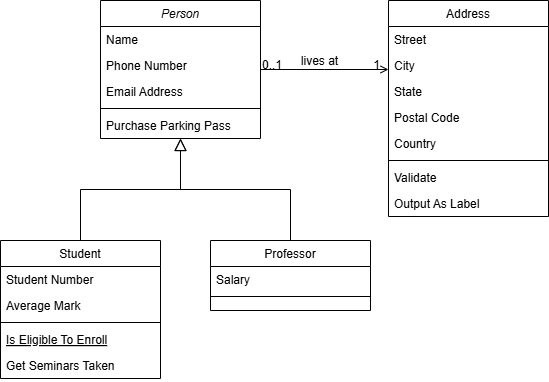
This is assets/css/Untitled Diagram.drawio.png from kjhhukhkh/apartment-management1, a draw.io export, as it was before one commit. Source tidied: cells renumbered, new cells last; positions are measured from the earlier drawing's top-left corner, leaving out a move shared by most shapes.
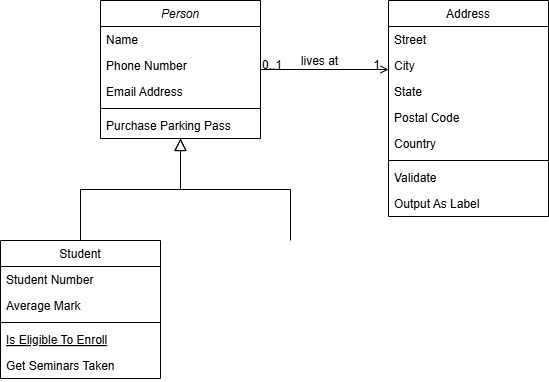
After the commit.

Change to the diagram source:
```diff
@@ -41,17 +41,10 @@
     <mxCell id="14" style="endArrow=block;endSize=10;endFill=0;shadow=0;strokeWidth=1;rounded=0;curved=0;edgeStyle=elbowEdgeStyle;elbow=vertical;" parent="1" edge="1" source="8" target="2">
       <mxGeometry relative="1" as="geometry" />
     </mxCell>
-    <mxCell id="15" value="Professor" style="swimlane;fontStyle=0;align=center;verticalAlign=top;horizontal=1;startSize=26;rounded=0;shadow=0;strokeWidth=1;" parent="1" vertex="1">
-      <mxGeometry x="210" y="240" width="160" height="70" as="geometry" />
-    </mxCell>
-    <mxCell id="16" value="Salary" style="text;align=left;verticalAlign=top;spacingLeft=4;spacingRight=4;overflow=hidden;" parent="15" vertex="1">
-      <mxGeometry y="26" width="160" height="26" as="geometry" />
-    </mxCell>
-    <mxCell id="17" style="line;html=1;strokeWidth=1;align=left;verticalAlign=middle;spacingTop=-1;spacingLeft=3;spacingRight=3;labelPosition=right;" parent="15" vertex="1">
-      <mxGeometry y="52" width="160" height="8" as="geometry" />
-    </mxCell>
-    <mxCell id="18" style="endArrow=block;endSize=10;endFill=0;shadow=0;strokeWidth=1;rounded=0;curved=0;edgeStyle=elbowEdgeStyle;elbow=vertical;" parent="1" edge="1" source="15" target="2">
-      <mxGeometry relative="1" as="geometry" />
+    <mxCell id="18" style="endArrow=block;endSize=10;endFill=0;shadow=0;strokeWidth=1;rounded=0;curved=0;edgeStyle=elbowEdgeStyle;elbow=vertical;" parent="1" edge="1" target="2">
+      <mxGeometry relative="1" as="geometry">
+        <mxPoint x="290" y="240" as="sourcePoint" />
+      </mxGeometry>
     </mxCell>
     <mxCell id="19" value="Address" style="swimlane;fontStyle=0;align=center;verticalAlign=top;horizontal=1;startSize=26;rounded=0;shadow=0;strokeWidth=1;" parent="1" vertex="1">
       <mxGeometry x="388" width="160" height="216" as="geometry" />
```
